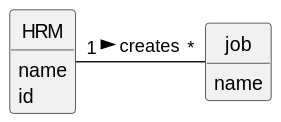
Above: docs/sprintA/us002/02.analysis/svg/us002-domain-model.svg in Departamento-de-Engenharia-Informatica/lei-24-s2-1do-g164 (PlantUML), before the change. The source it was exported from:
```plantuml
@startuml
skinparam monochrome true
skinparam packageStyle rectangle
skinparam shadowing false


skinparam classAttributeIconSize 0

hide circle
hide methods




class job
 {
   name
}

class HRM{
  name
  id
}


HRM "1" - "*" job: creates  >
@enduml
```
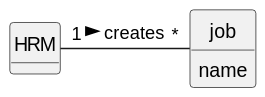
After the commit.

Diff of the diagram source:
```diff
@@ -10,16 +10,14 @@
 hide methods
 
 
-
-
 class job
  {
    name
 }
 
+
 class HRM{
-  name
-  id
+
 }
 
 
```
